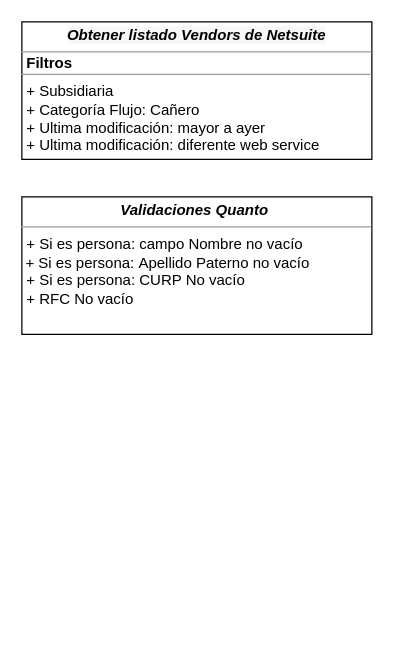
evasquezm87/Diagramas keeps this draw.io diagram as page "Procesos Proveedores" (2 of 4) of Interfaz Clientes Quanto.drawio. Above is the earlier version. Source tidied: cells renumbered, new cells numbered last; positions are measured from the earlier drawing's top-left corner, leaving out a move shared by most shapes. Both pictures are drawn from the tidied source at 125%, with x=0, y=0 at pixel (21, 21).
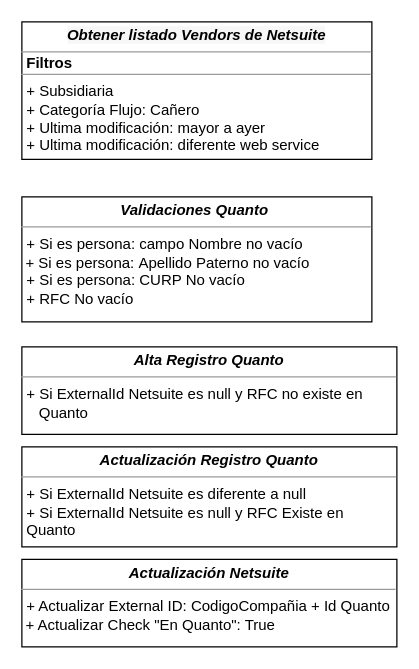
The same page after the edit.

The edit, as a diff of the source:
```diff
@@
 <mxGraphModel>
   <root>
     <mxCell id="0" />
     <mxCell id="1" parent="0" />
     <mxCell id="2" value="&lt;p style=&quot;margin:0px;margin-top:4px;text-align:center;&quot;&gt;&lt;i&gt;&lt;b style=&quot;background-color: rgb(247, 247, 247);&quot;&gt;Obtener listado Vendors de Netsuite&lt;/b&gt;&lt;/i&gt;&lt;br&gt;&lt;/p&gt;&lt;hr size=&quot;1&quot;&gt;&lt;p style=&quot;margin: 0px 0px 0px 4px; line-height: 0.4;&quot;&gt;&lt;b&gt;Filtros&lt;/b&gt;&lt;/p&gt;&lt;hr size=&quot;1&quot;&gt;&lt;p style=&quot;margin:0px;margin-left:4px;&quot;&gt;+ Subsidiaria&lt;br&gt;+ Categoría Flujo: Cañero&lt;/p&gt;&lt;p style=&quot;margin:0px;margin-left:4px;&quot;&gt;+&amp;nbsp;Ultima modificación: mayor a ayer&lt;/p&gt;&lt;p style=&quot;margin:0px;margin-left:4px;&quot;&gt;+ Ultima modificación: diferente web service&lt;/p&gt;&lt;p style=&quot;margin:0px;margin-left:4px;&quot;&gt;&lt;br&gt;&lt;/p&gt;" style="verticalAlign=top;align=left;overflow=fill;fontSize=12;fontFamily=Helvetica;html=1;" parent="1" vertex="1">
       <mxGeometry width="280" height="110" as="geometry" />
     </mxCell>
-    <mxCell id="3" value="&lt;p style=&quot;margin:0px;margin-top:4px;text-align:center;&quot;&gt;&lt;b&gt;&lt;i&gt;Validaciones Quanto&amp;nbsp;&lt;/i&gt;&lt;/b&gt;&lt;/p&gt;&lt;hr size=&quot;1&quot;&gt;&lt;p style=&quot;margin:0px;margin-left:4px;&quot;&gt;+ Si es persona: campo Nombre no vacío&lt;/p&gt;&amp;nbsp;+ Si es persona:&amp;nbsp;&lt;span style=&quot;background-color: initial;&quot;&gt;Apellido Paterno no vacío&lt;br&gt;&lt;/span&gt;&lt;p style=&quot;margin:0px;margin-left:4px;&quot;&gt;+ Si es persona: CURP No vacío&lt;/p&gt;&lt;p style=&quot;margin:0px;margin-left:4px;&quot;&gt;+ RFC No vacío&lt;br&gt;&lt;/p&gt;&lt;p style=&quot;margin:0px;margin-left:4px;&quot;&gt;&lt;br&gt;&lt;/p&gt;" style="verticalAlign=top;align=left;overflow=fill;fontSize=12;fontFamily=Helvetica;html=1;" parent="1" vertex="1">
-      <mxGeometry y="140" width="280" height="110" as="geometry" />
+    <mxCell id="3" value="&lt;p style=&quot;margin:0px;margin-top:4px;text-align:center;&quot;&gt;&lt;b&gt;&lt;i&gt;Validaciones Quanto&amp;nbsp;&lt;/i&gt;&lt;/b&gt;&lt;/p&gt;&lt;hr size=&quot;1&quot;&gt;&lt;p style=&quot;margin:0px;margin-left:4px;&quot;&gt;+ Si es persona: campo Nombre no vacío&lt;/p&gt;&amp;nbsp;+ Si es persona:&amp;nbsp;&lt;span style=&quot;background-color: initial;&quot;&gt;Apellido Paterno no vacío&lt;br&gt;&lt;/span&gt;&lt;p style=&quot;margin:0px;margin-left:4px;&quot;&gt;+ Si es persona: CURP No vacío&lt;/p&gt;&lt;p style=&quot;margin:0px;margin-left:4px;&quot;&gt;+ RFC No vacío&lt;/p&gt;" style="verticalAlign=top;align=left;overflow=fill;fontSize=12;fontFamily=Helvetica;html=1;" parent="1" vertex="1">
+      <mxGeometry y="140" width="280" height="100" as="geometry" />
     </mxCell>
+    <mxCell id="4" value="&lt;p style=&quot;margin:0px;margin-top:4px;text-align:center;&quot;&gt;&lt;b&gt;&lt;i&gt;Actualización Registro Quanto&lt;/i&gt;&lt;/b&gt;&lt;/p&gt;&lt;hr size=&quot;1&quot;&gt;&lt;p style=&quot;margin:0px;margin-left:4px;&quot;&gt;+ Si ExternalId Netsuite es diferente a null&lt;/p&gt;&lt;p style=&quot;margin:0px;margin-left:4px;&quot;&gt;+ Si ExternalId Netsuite es null y RFC Existe en&amp;nbsp;&lt;/p&gt;&lt;p style=&quot;margin:0px;margin-left:4px;&quot;&gt;Quanto&lt;/p&gt;&lt;br&gt;&lt;p style=&quot;margin:0px;margin-left:4px;&quot;&gt;&lt;br&gt;&lt;/p&gt;" style="verticalAlign=top;align=left;overflow=fill;fontSize=12;fontFamily=Helvetica;html=1;" parent="1" vertex="1">
+      <mxGeometry y="340" width="300" height="80" as="geometry" />
+    </mxCell>
+    <mxCell id="5" value="&lt;p style=&quot;margin:0px;margin-top:4px;text-align:center;&quot;&gt;&lt;b&gt;&lt;i&gt;Alta Registro Quanto&lt;/i&gt;&lt;/b&gt;&lt;/p&gt;&lt;hr size=&quot;1&quot;&gt;&lt;p style=&quot;margin:0px;margin-left:4px;&quot;&gt;+ Si ExternalId Netsuite es null y RFC no existe en&amp;nbsp;&lt;/p&gt;&lt;p style=&quot;margin:0px;margin-left:4px;&quot;&gt;&amp;nbsp; &amp;nbsp;Quanto&lt;/p&gt;&lt;br&gt;&lt;p style=&quot;margin:0px;margin-left:4px;&quot;&gt;&lt;br&gt;&lt;/p&gt;" style="verticalAlign=top;align=left;overflow=fill;fontSize=12;fontFamily=Helvetica;html=1;" parent="1" vertex="1">
+      <mxGeometry y="260" width="300" height="70" as="geometry" />
+    </mxCell>
+    <mxCell id="6" value="&lt;p style=&quot;margin:0px;margin-top:4px;text-align:center;&quot;&gt;&lt;b&gt;&lt;i&gt;Actualización Netsuite&lt;/i&gt;&lt;/b&gt;&lt;/p&gt;&lt;hr size=&quot;1&quot;&gt;&lt;p style=&quot;margin:0px;margin-left:4px;&quot;&gt;+ Actualizar External ID: CodigoCompañia + Id Quanto&lt;/p&gt;&amp;nbsp;+ Actualizar Check &quot;En Quanto&quot;: True&lt;br&gt;&lt;p style=&quot;margin:0px;margin-left:4px;&quot;&gt;&lt;br&gt;&lt;/p&gt;" style="verticalAlign=top;align=left;overflow=fill;fontSize=12;fontFamily=Helvetica;html=1;" parent="1" vertex="1">
+      <mxGeometry y="430" width="300" height="70" as="geometry" />
+    </mxCell>
   </root>
 </mxGraphModel>
```
